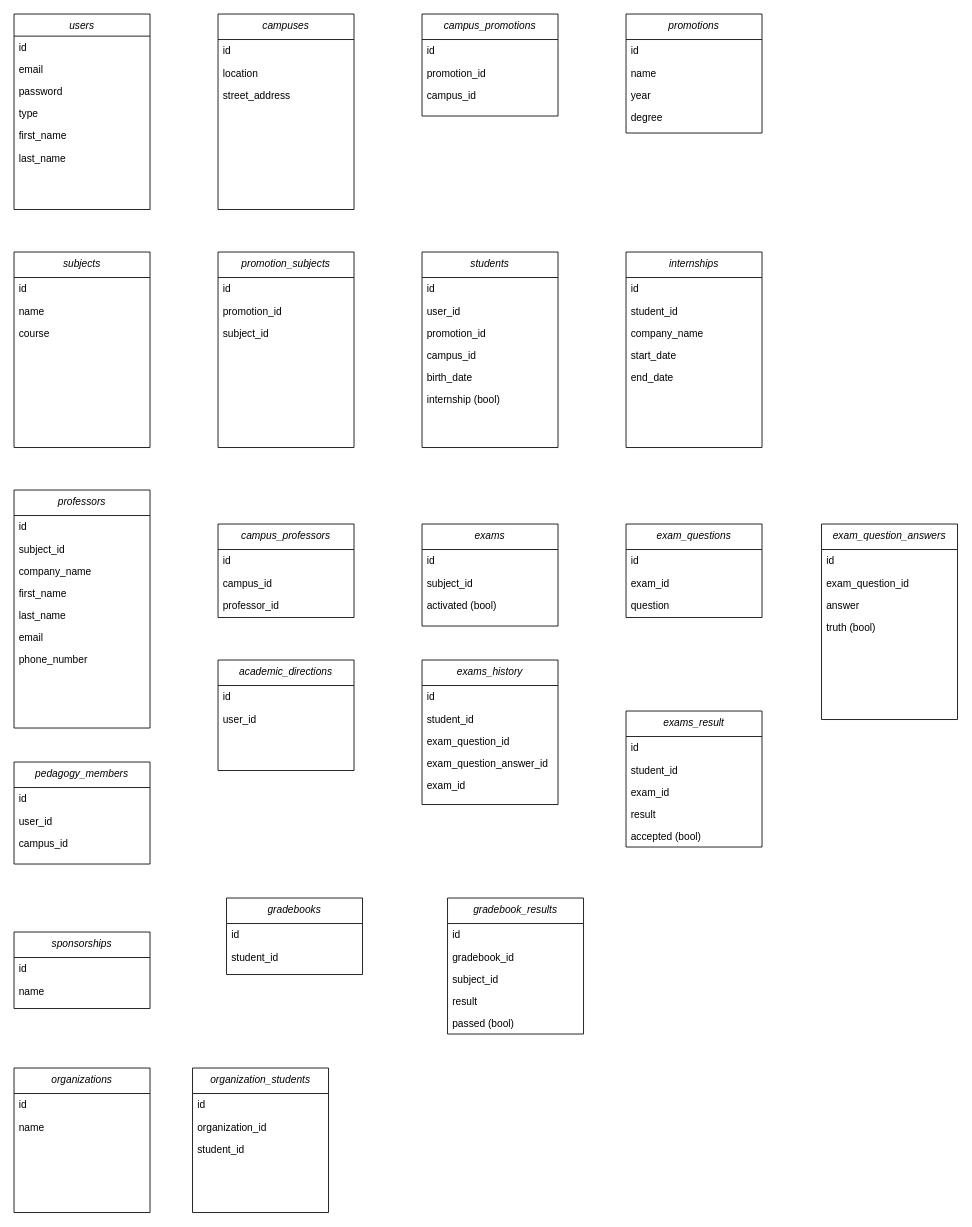
Earlier version of the draw.io diagram page "Page-1" (1 of 2) of mcd.drawio (bnvd26/4PROJ). Source tidied: cells renumbered, new cells numbered last; positions are measured from the earlier drawing's top-left corner, leaving out a move shared by most shapes. Both pictures are drawn from the tidied source at 85%, with x=0, y=0 at pixel (14, 14).
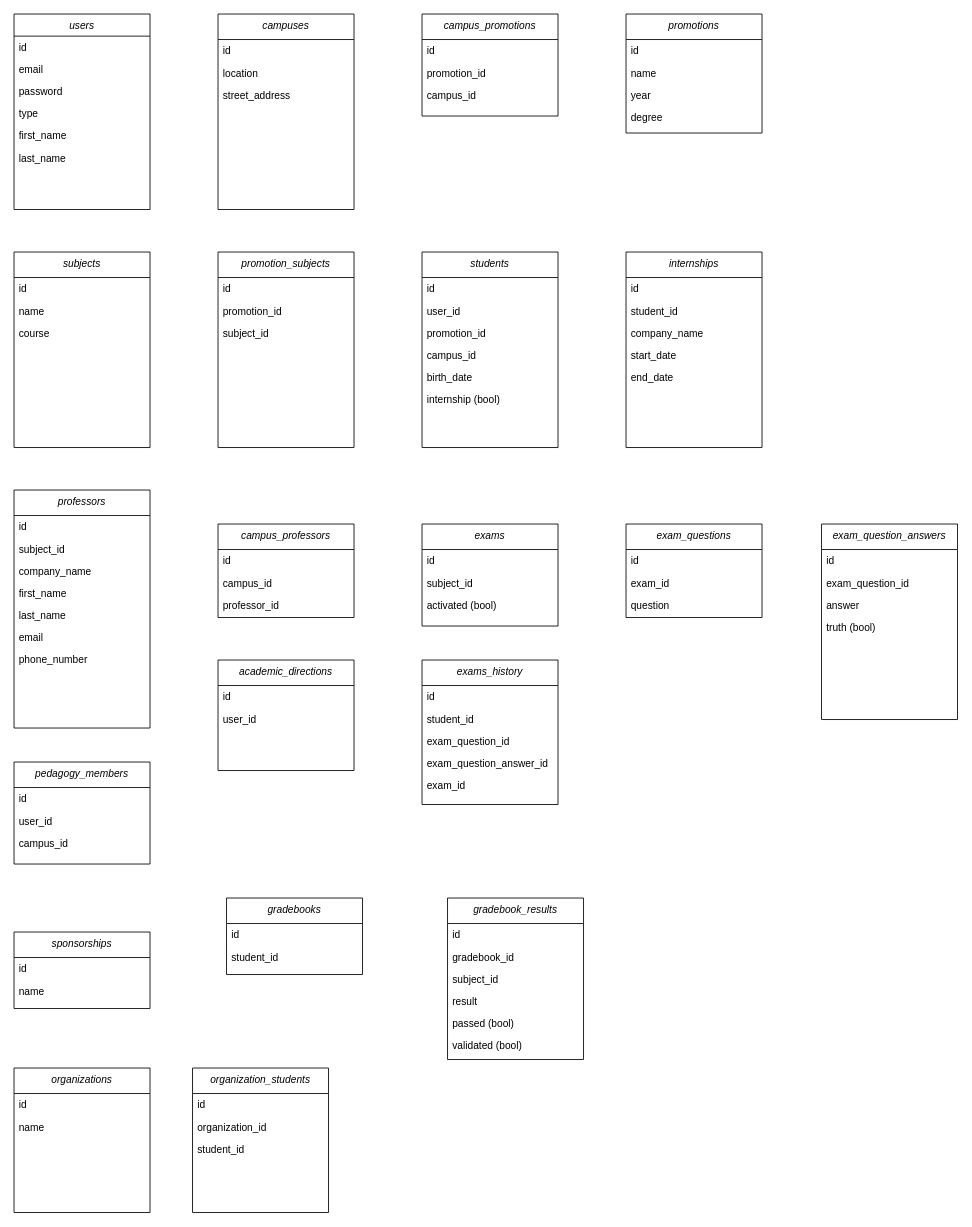
Above is the later version.

Change to the diagram source:
```diff
@@
-    <mxCell id="52" value="exams_result" style="swimlane;fontStyle=2;align=center;verticalAlign=top;horizontal=1;startSize=30;rounded=0;shadow=0;strokeWidth=1;" parent="1" vertex="1">
-      <mxGeometry x="720" y="820" width="160" height="160" as="geometry" />
-    </mxCell>
-    <mxCell id="53" value="id" style="text;align=left;verticalAlign=top;spacingLeft=4;spacingRight=4;overflow=hidden;" parent="52" vertex="1">
-      <mxGeometry y="30" width="160" height="26" as="geometry" />
-    </mxCell>
-    <mxCell id="54" value="student_id" style="text;align=left;verticalAlign=top;spacingLeft=4;spacingRight=4;overflow=hidden;" parent="52" vertex="1">
-      <mxGeometry y="56" width="160" height="26" as="geometry" />
-    </mxCell>
-    <mxCell id="55" value="exam_id" style="text;align=left;verticalAlign=top;spacingLeft=4;spacingRight=4;overflow=hidden;" parent="52" vertex="1">
-      <mxGeometry y="82" width="160" height="26" as="geometry" />
-    </mxCell>
-    <mxCell id="56" value="result" style="text;align=left;verticalAlign=top;spacingLeft=4;spacingRight=4;overflow=hidden;" parent="52" vertex="1">
-      <mxGeometry y="108" width="160" height="26" as="geometry" />
-    </mxCell>
-    <mxCell id="57" value="accepted (bool)" style="text;align=left;verticalAlign=top;spacingLeft=4;spacingRight=4;overflow=hidden;" parent="52" vertex="1">
-      <mxGeometry y="134" width="160" height="26" as="geometry" />
-    </mxCell>
@@
     <mxCell id="96" value="gradebook_results" style="swimlane;fontStyle=2;align=center;verticalAlign=top;horizontal=1;startSize=30;rounded=0;shadow=0;strokeWidth=1;" parent="1" vertex="1">
-      <mxGeometry x="510" y="1040" width="160" height="160" as="geometry" />
+      <mxGeometry x="510" y="1040" width="160" height="190" as="geometry" />
     </mxCell>
@@
+    <mxCell id="106" value="validated (bool)" style="text;align=left;verticalAlign=top;spacingLeft=4;spacingRight=4;overflow=hidden;" parent="96" vertex="1">
+      <mxGeometry y="160" width="160" height="26" as="geometry" />
+    </mxCell>
```
